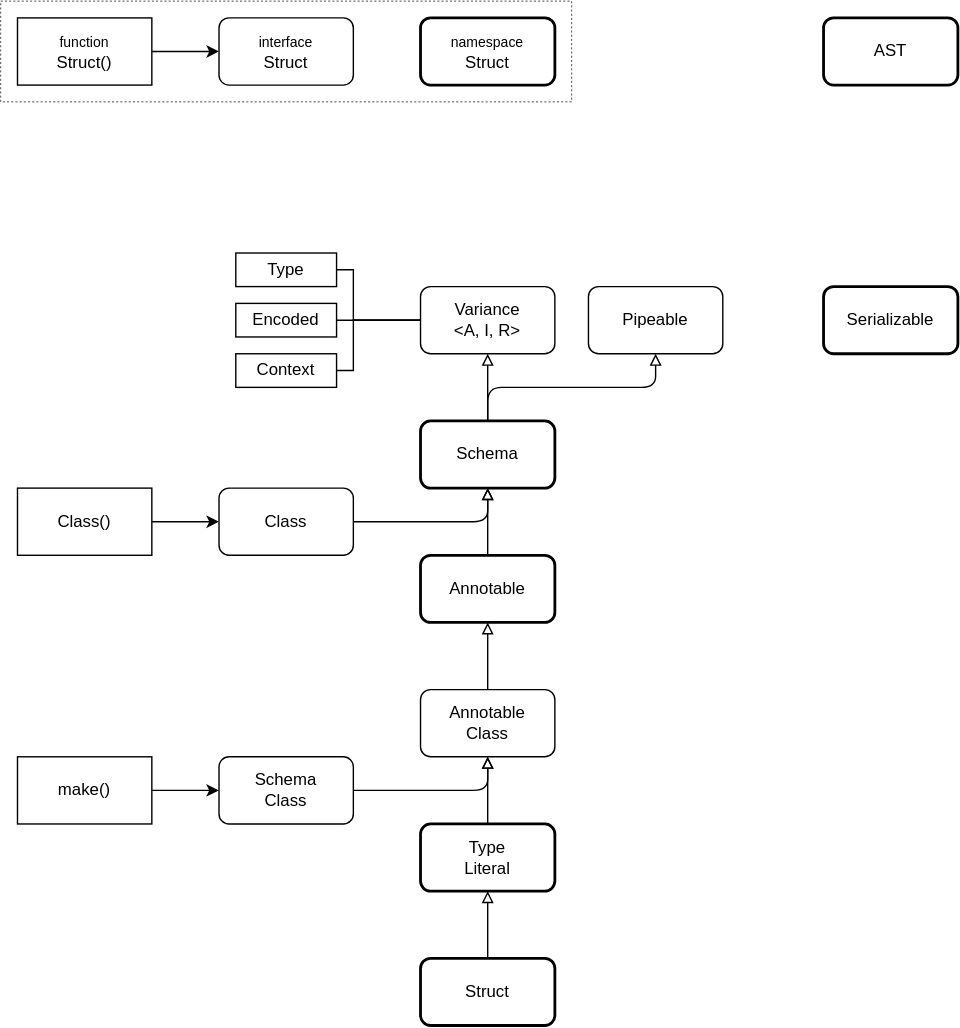
The draw.io diagram packages/core/echo/echo-schema/docs/effect.drawio.svg in dxos/dxos, before a commit. Source tidied: cells renumbered, new cells last; positions are measured from the earlier drawing's top-left corner, leaving out a move shared by most shapes. Its diagram source:
```xml
<mxGraphModel>
  <root>
    <mxCell id="0" />
    <mxCell id="1" parent="0" />
    <mxCell id="2" style="rounded=0;whiteSpace=wrap;html=1;strokeWidth=0.5;dashed=1;" parent="1" vertex="1">
      <mxGeometry width="408" height="72" as="geometry" />
    </mxCell>
    <mxCell id="3" style="edgeStyle=none;html=1;endArrow=block;endFill=0;rounded=1;curved=0;" parent="1" edge="1" source="4" target="13">
      <mxGeometry relative="1" as="geometry">
        <Array as="points">
          <mxPoint x="348" y="564" />
        </Array>
      </mxGeometry>
    </mxCell>
    <mxCell id="4" value="Schema&lt;div&gt;Class&lt;/div&gt;" style="rounded=1;whiteSpace=wrap;html=1;" parent="1" vertex="1">
      <mxGeometry x="156" y="540" width="96" height="48" as="geometry" />
    </mxCell>
    <mxCell id="5" style="edgeStyle=none;html=1;exitX=1;exitY=0.5;exitDx=0;exitDy=0;" parent="1" edge="1" source="6" target="4">
      <mxGeometry relative="1" as="geometry" />
    </mxCell>
    <mxCell id="6" value="make()" style="rounded=0;whiteSpace=wrap;html=1;" parent="1" vertex="1">
      <mxGeometry x="12" y="540" width="96" height="48" as="geometry" />
    </mxCell>
    <mxCell id="7" value="AST" style="rounded=1;whiteSpace=wrap;html=1;strokeWidth=2;" parent="1" vertex="1">
      <mxGeometry x="588" y="12" width="96" height="48" as="geometry" />
    </mxCell>
    <mxCell id="8" style="edgeStyle=none;html=1;endArrow=block;endFill=0;rounded=1;curved=0;" parent="1" edge="1" source="10" target="11">
      <mxGeometry relative="1" as="geometry">
        <Array as="points">
          <mxPoint x="348" y="276" />
          <mxPoint x="468" y="276" />
        </Array>
      </mxGeometry>
    </mxCell>
    <mxCell id="9" style="edgeStyle=none;html=1;exitX=0.5;exitY=0;exitDx=0;exitDy=0;endArrow=block;endFill=0;" parent="1" edge="1" source="10" target="19">
      <mxGeometry relative="1" as="geometry" />
    </mxCell>
    <mxCell id="10" value="Schema" style="rounded=1;whiteSpace=wrap;html=1;strokeWidth=2;" parent="1" vertex="1">
      <mxGeometry x="300" y="300" width="96" height="48" as="geometry" />
    </mxCell>
    <mxCell id="11" value="Pipeable" style="rounded=1;whiteSpace=wrap;html=1;" parent="1" vertex="1">
      <mxGeometry x="420" y="204" width="96" height="48" as="geometry" />
    </mxCell>
    <mxCell id="12" style="edgeStyle=none;html=1;exitX=0.5;exitY=0;exitDx=0;exitDy=0;endArrow=block;endFill=0;" parent="1" edge="1" source="13" target="15">
      <mxGeometry relative="1" as="geometry" />
    </mxCell>
    <mxCell id="13" value="Annotable&lt;div&gt;Class&lt;/div&gt;" style="rounded=1;whiteSpace=wrap;html=1;" parent="1" vertex="1">
      <mxGeometry x="300" y="492" width="96" height="48" as="geometry" />
    </mxCell>
    <mxCell id="14" style="edgeStyle=none;html=1;exitX=0.5;exitY=0;exitDx=0;exitDy=0;endArrow=block;endFill=0;" parent="1" edge="1" source="15" target="10">
      <mxGeometry relative="1" as="geometry" />
    </mxCell>
    <mxCell id="15" value="Annotable" style="rounded=1;whiteSpace=wrap;html=1;strokeWidth=2;" parent="1" vertex="1">
      <mxGeometry x="300" y="396" width="96" height="48" as="geometry" />
    </mxCell>
    <mxCell id="16" style="edgeStyle=none;html=1;exitX=0;exitY=0.5;exitDx=0;exitDy=0;rounded=0;curved=0;endArrow=none;endFill=0;" parent="1" edge="1" source="19" target="34">
      <mxGeometry relative="1" as="geometry" />
    </mxCell>
    <mxCell id="17" style="edgeStyle=none;html=1;exitX=0;exitY=0.5;exitDx=0;exitDy=0;entryX=1;entryY=0.5;entryDx=0;entryDy=0;rounded=0;curved=0;endArrow=none;endFill=0;" parent="1" edge="1" source="19" target="33">
      <mxGeometry relative="1" as="geometry">
        <Array as="points">
          <mxPoint x="252" y="228" />
          <mxPoint x="252" y="192" />
        </Array>
      </mxGeometry>
    </mxCell>
    <mxCell id="18" style="edgeStyle=none;html=1;exitX=0;exitY=0.5;exitDx=0;exitDy=0;entryX=1;entryY=0.5;entryDx=0;entryDy=0;rounded=0;curved=0;endArrow=none;endFill=0;" parent="1" edge="1" source="19" target="35">
      <mxGeometry relative="1" as="geometry">
        <Array as="points">
          <mxPoint x="252" y="228" />
          <mxPoint x="252" y="264" />
        </Array>
      </mxGeometry>
    </mxCell>
    <mxCell id="19" value="Variance&lt;div&gt;&amp;lt;A, I, R&amp;gt;&lt;/div&gt;" style="rounded=1;whiteSpace=wrap;html=1;" parent="1" vertex="1">
      <mxGeometry x="300" y="204" width="96" height="48" as="geometry" />
    </mxCell>
    <mxCell id="20" value="Serializable" style="rounded=1;whiteSpace=wrap;html=1;strokeWidth=2;" parent="1" vertex="1">
      <mxGeometry x="588" y="204" width="96" height="48" as="geometry" />
    </mxCell>
    <mxCell id="21" style="edgeStyle=none;html=1;endArrow=block;endFill=0;" parent="1" edge="1" source="22" target="24">
      <mxGeometry relative="1" as="geometry" />
    </mxCell>
    <mxCell id="22" value="Struct" style="rounded=1;whiteSpace=wrap;html=1;strokeWidth=2;" parent="1" vertex="1">
      <mxGeometry x="300" y="684" width="96" height="48" as="geometry" />
    </mxCell>
    <mxCell id="23" style="edgeStyle=none;html=1;exitX=0.5;exitY=0;exitDx=0;exitDy=0;endArrow=block;endFill=0;" parent="1" edge="1" source="24" target="13">
      <mxGeometry relative="1" as="geometry" />
    </mxCell>
    <mxCell id="24" value="Type&lt;br&gt;Literal" style="rounded=1;whiteSpace=wrap;html=1;strokeWidth=2;" parent="1" vertex="1">
      <mxGeometry x="300" y="588" width="96" height="48" as="geometry" />
    </mxCell>
    <mxCell id="25" style="edgeStyle=none;html=1;exitX=1;exitY=0.5;exitDx=0;exitDy=0;endArrow=block;endFill=0;rounded=1;curved=0;" parent="1" edge="1" source="26" target="10">
      <mxGeometry relative="1" as="geometry">
        <Array as="points">
          <mxPoint x="348" y="372" />
        </Array>
      </mxGeometry>
    </mxCell>
    <mxCell id="26" value="Class" style="rounded=1;whiteSpace=wrap;html=1;strokeWidth=1;" parent="1" vertex="1">
      <mxGeometry x="156" y="348" width="96" height="48" as="geometry" />
    </mxCell>
    <mxCell id="27" style="edgeStyle=none;html=1;exitX=1;exitY=0.5;exitDx=0;exitDy=0;" parent="1" edge="1" source="28" target="26">
      <mxGeometry relative="1" as="geometry" />
    </mxCell>
    <mxCell id="28" value="Class()" style="rounded=0;whiteSpace=wrap;html=1;strokeWidth=1;" parent="1" vertex="1">
      <mxGeometry x="12" y="348" width="96" height="48" as="geometry" />
    </mxCell>
    <mxCell id="29" style="edgeStyle=none;html=1;exitX=1;exitY=0.5;exitDx=0;exitDy=0;" parent="1" edge="1" source="30" target="31">
      <mxGeometry relative="1" as="geometry" />
    </mxCell>
    <mxCell id="30" value="&lt;font style=&quot;font-size: 10px;&quot;&gt;function&lt;/font&gt;&lt;div&gt;Struct()&lt;/div&gt;" style="rounded=0;whiteSpace=wrap;html=1;strokeWidth=1;" parent="1" vertex="1">
      <mxGeometry x="12" y="12" width="96" height="48" as="geometry" />
    </mxCell>
    <mxCell id="31" value="&lt;font style=&quot;font-size: 10px;&quot;&gt;interface&lt;/font&gt;&lt;br&gt;Struct" style="rounded=1;whiteSpace=wrap;html=1;strokeWidth=1;" parent="1" vertex="1">
      <mxGeometry x="156" y="12" width="96" height="48" as="geometry" />
    </mxCell>
    <mxCell id="32" value="&lt;font style=&quot;font-size: 10px;&quot;&gt;namespace&lt;/font&gt;&lt;div&gt;Struct&lt;/div&gt;" style="rounded=1;whiteSpace=wrap;html=1;strokeWidth=2;" parent="1" vertex="1">
      <mxGeometry x="300" y="12" width="96" height="48" as="geometry" />
    </mxCell>
    <mxCell id="33" value="Type" style="rounded=0;whiteSpace=wrap;html=1;" parent="1" vertex="1">
      <mxGeometry x="168" y="180" width="72" height="24" as="geometry" />
    </mxCell>
    <mxCell id="34" value="Encoded" style="rounded=0;whiteSpace=wrap;html=1;" parent="1" vertex="1">
      <mxGeometry x="168" y="216" width="72" height="24" as="geometry" />
    </mxCell>
    <mxCell id="35" value="Context" style="rounded=0;whiteSpace=wrap;html=1;" parent="1" vertex="1">
      <mxGeometry x="168" y="252" width="72" height="24" as="geometry" />
    </mxCell>
  </root>
</mxGraphModel>
```
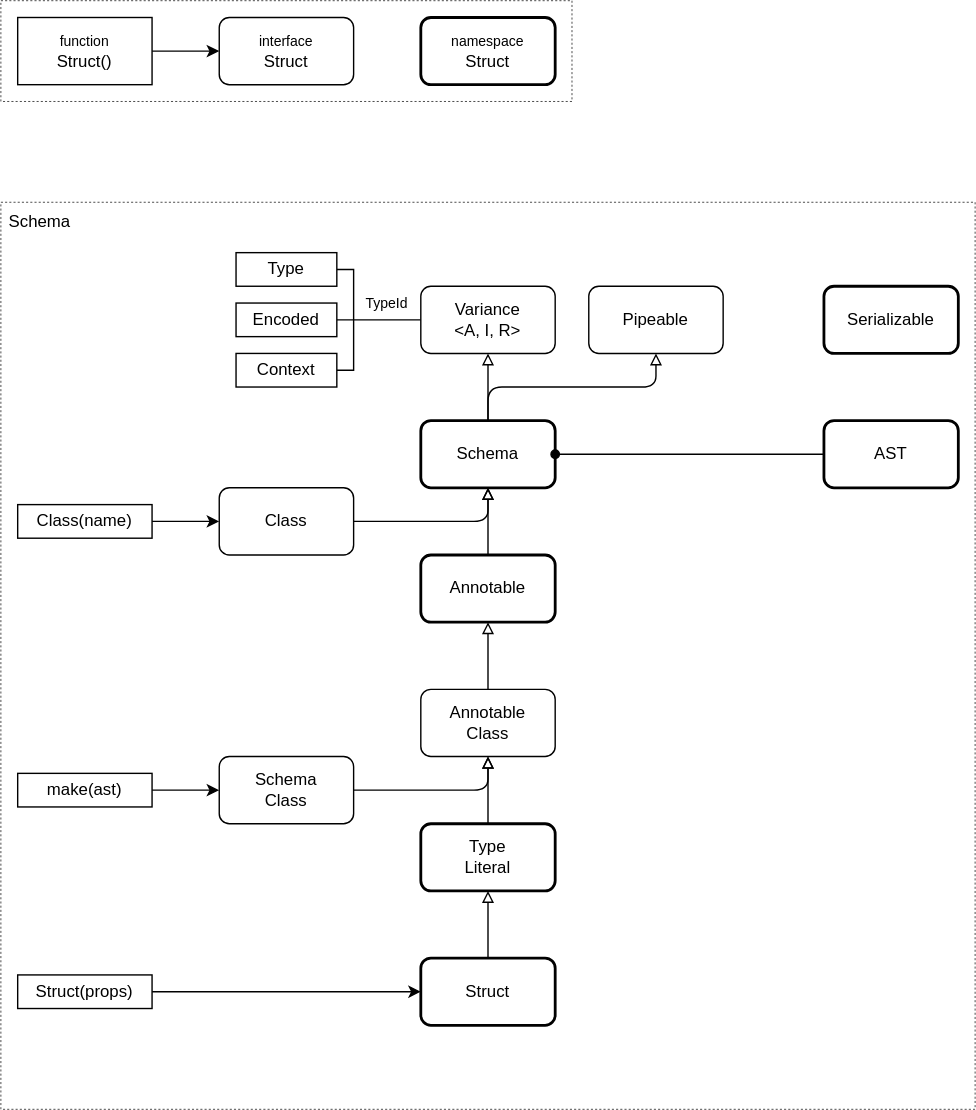
Above is the later version.

The edit, as a diff of the source:
```diff
@@ -2,6 +2,9 @@
   <root>
     <mxCell id="0" />
     <mxCell id="1" parent="0" />
+    <mxCell id="36" value="Schema" style="rounded=0;whiteSpace=wrap;html=1;strokeWidth=0.5;dashed=1;align=left;verticalAlign=top;spacingLeft=4;spacingRight=4;" parent="1" vertex="1">
+      <mxGeometry y="144" width="696" height="648" as="geometry" />
+    </mxCell>
     <mxCell id="2" style="rounded=0;whiteSpace=wrap;html=1;strokeWidth=0.5;dashed=1;" parent="1" vertex="1">
       <mxGeometry width="408" height="72" as="geometry" />
     </mxCell>
@@ -18,11 +21,11 @@
     <mxCell id="5" style="edgeStyle=none;html=1;exitX=1;exitY=0.5;exitDx=0;exitDy=0;" parent="1" edge="1" source="6" target="4">
       <mxGeometry relative="1" as="geometry" />
     </mxCell>
-    <mxCell id="6" value="make()" style="rounded=0;whiteSpace=wrap;html=1;" parent="1" vertex="1">
-      <mxGeometry x="12" y="540" width="96" height="48" as="geometry" />
+    <mxCell id="6" value="make(ast)" style="rounded=0;whiteSpace=wrap;html=1;" parent="1" vertex="1">
+      <mxGeometry x="12" y="552" width="96" height="24" as="geometry" />
     </mxCell>
     <mxCell id="7" value="AST" style="rounded=1;whiteSpace=wrap;html=1;strokeWidth=2;" parent="1" vertex="1">
-      <mxGeometry x="588" y="12" width="96" height="48" as="geometry" />
+      <mxGeometry x="588" y="300" width="96" height="48" as="geometry" />
     </mxCell>
     <mxCell id="8" style="edgeStyle=none;html=1;endArrow=block;endFill=0;rounded=1;curved=0;" parent="1" edge="1" source="10" target="11">
       <mxGeometry relative="1" as="geometry">
@@ -56,22 +59,6 @@
     <mxCell id="16" style="edgeStyle=none;html=1;exitX=0;exitY=0.5;exitDx=0;exitDy=0;rounded=0;curved=0;endArrow=none;endFill=0;" parent="1" edge="1" source="19" target="34">
       <mxGeometry relative="1" as="geometry" />
     </mxCell>
-    <mxCell id="17" style="edgeStyle=none;html=1;exitX=0;exitY=0.5;exitDx=0;exitDy=0;entryX=1;entryY=0.5;entryDx=0;entryDy=0;rounded=0;curved=0;endArrow=none;endFill=0;" parent="1" edge="1" source="19" target="33">
-      <mxGeometry relative="1" as="geometry">
-        <Array as="points">
-          <mxPoint x="252" y="228" />
-          <mxPoint x="252" y="192" />
-        </Array>
-      </mxGeometry>
-    </mxCell>
-    <mxCell id="18" style="edgeStyle=none;html=1;exitX=0;exitY=0.5;exitDx=0;exitDy=0;entryX=1;entryY=0.5;entryDx=0;entryDy=0;rounded=0;curved=0;endArrow=none;endFill=0;" parent="1" edge="1" source="19" target="35">
-      <mxGeometry relative="1" as="geometry">
-        <Array as="points">
-          <mxPoint x="252" y="228" />
-          <mxPoint x="252" y="264" />
-        </Array>
-      </mxGeometry>
-    </mxCell>
     <mxCell id="19" value="Variance&lt;div&gt;&amp;lt;A, I, R&amp;gt;&lt;/div&gt;" style="rounded=1;whiteSpace=wrap;html=1;" parent="1" vertex="1">
       <mxGeometry x="300" y="204" width="96" height="48" as="geometry" />
     </mxCell>
@@ -103,8 +90,8 @@
     <mxCell id="27" style="edgeStyle=none;html=1;exitX=1;exitY=0.5;exitDx=0;exitDy=0;" parent="1" edge="1" source="28" target="26">
       <mxGeometry relative="1" as="geometry" />
     </mxCell>
-    <mxCell id="28" value="Class()" style="rounded=0;whiteSpace=wrap;html=1;strokeWidth=1;" parent="1" vertex="1">
-      <mxGeometry x="12" y="348" width="96" height="48" as="geometry" />
+    <mxCell id="28" value="Class(name)" style="rounded=0;whiteSpace=wrap;html=1;strokeWidth=1;" parent="1" vertex="1">
+      <mxGeometry x="12" y="360" width="96" height="24" as="geometry" />
     </mxCell>
     <mxCell id="29" style="edgeStyle=none;html=1;exitX=1;exitY=0.5;exitDx=0;exitDy=0;" parent="1" edge="1" source="30" target="31">
       <mxGeometry relative="1" as="geometry" />
@@ -118,6 +105,14 @@
     <mxCell id="32" value="&lt;font style=&quot;font-size: 10px;&quot;&gt;namespace&lt;/font&gt;&lt;div&gt;Struct&lt;/div&gt;" style="rounded=1;whiteSpace=wrap;html=1;strokeWidth=2;" parent="1" vertex="1">
       <mxGeometry x="300" y="12" width="96" height="48" as="geometry" />
     </mxCell>
+    <mxCell id="37" style="edgeStyle=none;html=1;exitX=1;exitY=0.5;exitDx=0;exitDy=0;entryX=1;entryY=0.5;entryDx=0;entryDy=0;rounded=0;curved=0;endArrow=none;endFill=0;" parent="1" edge="1" source="33" target="35">
+      <mxGeometry relative="1" as="geometry">
+        <Array as="points">
+          <mxPoint x="252" y="192" />
+          <mxPoint x="252" y="264" />
+        </Array>
+      </mxGeometry>
+    </mxCell>
     <mxCell id="33" value="Type" style="rounded=0;whiteSpace=wrap;html=1;" parent="1" vertex="1">
       <mxGeometry x="168" y="180" width="72" height="24" as="geometry" />
     </mxCell>
@@ -127,5 +122,17 @@
     <mxCell id="35" value="Context" style="rounded=0;whiteSpace=wrap;html=1;" parent="1" vertex="1">
       <mxGeometry x="168" y="252" width="72" height="24" as="geometry" />
     </mxCell>
+    <mxCell id="38" style="edgeStyle=none;html=1;exitX=1;exitY=0.5;exitDx=0;exitDy=0;" parent="1" edge="1" source="39" target="22">
+      <mxGeometry relative="1" as="geometry" />
+    </mxCell>
+    <mxCell id="39" value="Struct(props)" style="rounded=0;whiteSpace=wrap;html=1;" parent="1" vertex="1">
+      <mxGeometry x="12" y="696" width="96" height="24" as="geometry" />
+    </mxCell>
+    <mxCell id="40" style="edgeStyle=none;html=1;exitX=1;exitY=0.5;exitDx=0;exitDy=0;startArrow=oval;startFill=1;endArrow=none;endFill=0;" parent="1" edge="1" source="10" target="7">
+      <mxGeometry relative="1" as="geometry" />
+    </mxCell>
+    <mxCell id="41" value="TypeId" style="rounded=0;whiteSpace=wrap;html=1;fillColor=none;strokeColor=none;fontSize=10;" parent="1" vertex="1">
+      <mxGeometry x="252" y="204" width="48" height="24" as="geometry" />
+    </mxCell>
   </root>
 </mxGraphModel>
```
